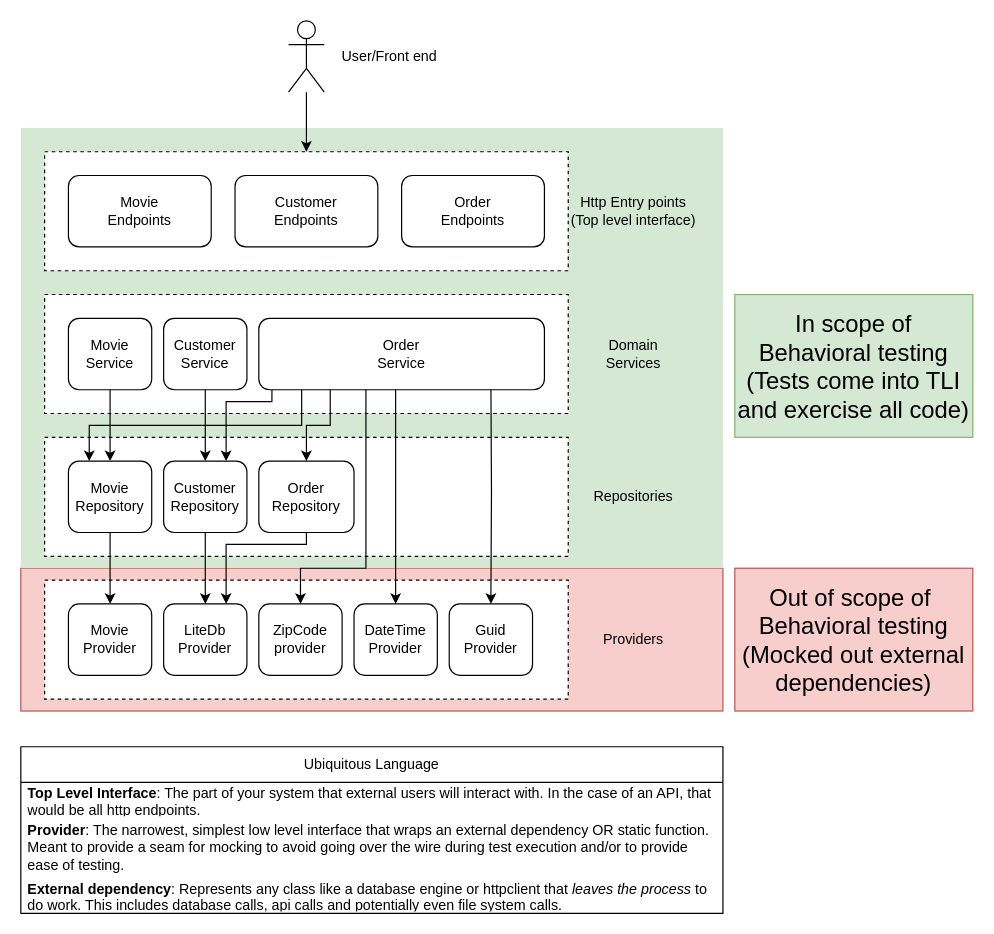
Earlier version of the draw.io diagram SimpleOrderingSystemArchitecture.drawio (Jose-A-ProfessorFrink/BehavioralTesting). Source tidied: cells renumbered, new cells numbered last; positions are measured from the earlier drawing's top-left corner, leaving out a move shared by most shapes. Both pictures are drawn from the tidied source at 119%, with x=0, y=0 at pixel (20, 20).
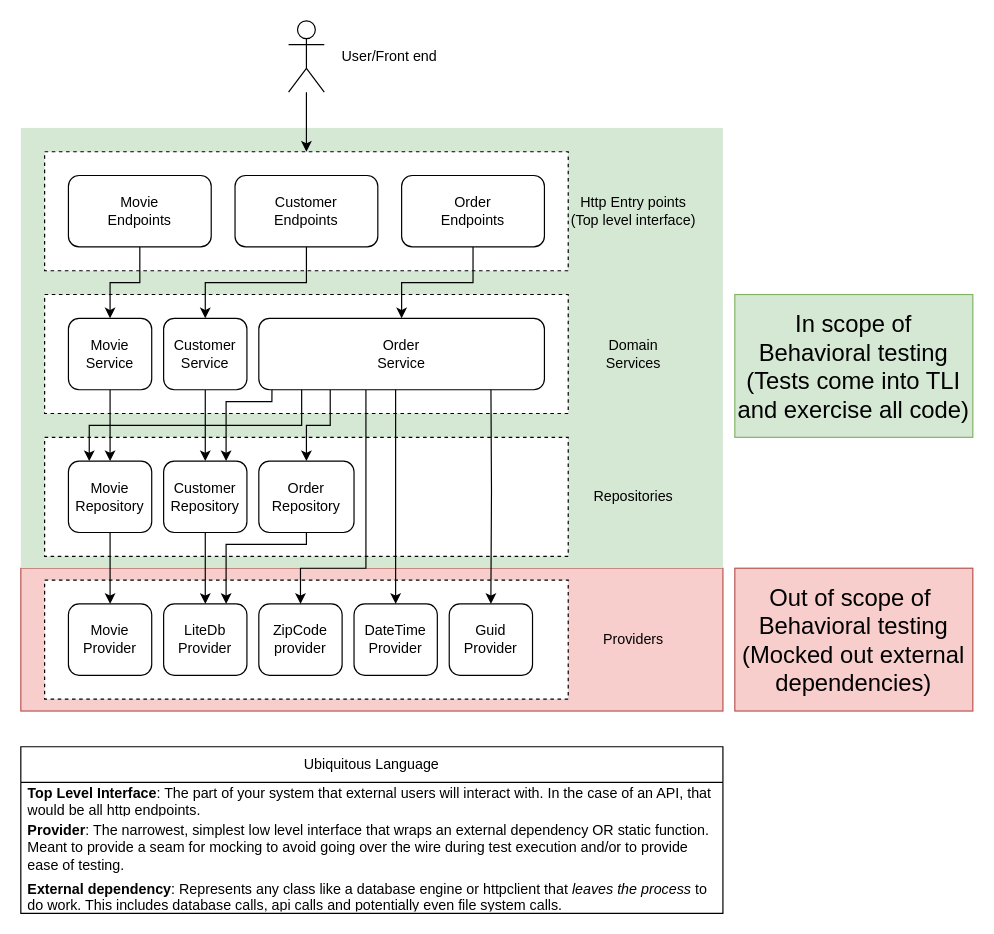
Above is the later version.

Unchanged cells that the change refers to:
```xml
<mxCell id="8" value="Customer&lt;br&gt;Endpoints" style="rounded=1;whiteSpace=wrap;html=1;" parent="1" vertex="1">
  <mxGeometry x="180" y="130" width="120" height="60" as="geometry" />
</mxCell>
<mxCell id="9" value="Movie&lt;br&gt;Endpoints" style="rounded=1;whiteSpace=wrap;html=1;" parent="1" vertex="1">
  <mxGeometry x="40" y="130" width="120" height="60" as="geometry" />
</mxCell>
<mxCell id="10" value="Order&lt;br&gt;Endpoints" style="rounded=1;whiteSpace=wrap;html=1;" parent="1" vertex="1">
  <mxGeometry x="320" y="130" width="120" height="60" as="geometry" />
</mxCell>
<mxCell id="15" value="Customer&lt;br&gt;Service" style="rounded=1;whiteSpace=wrap;html=1;" parent="1" vertex="1">
  <mxGeometry x="120" y="250" width="70" height="60" as="geometry" />
</mxCell>
<mxCell id="17" value="Movie &lt;br&gt;Service" style="rounded=1;whiteSpace=wrap;html=1;" parent="1" vertex="1">
  <mxGeometry x="40" y="250" width="70" height="60" as="geometry" />
</mxCell>
<mxCell id="22" value="Order&lt;br&gt;Service" style="rounded=1;whiteSpace=wrap;html=1;" parent="1" vertex="1">
  <mxGeometry x="200" y="250" width="240" height="60" as="geometry" />
</mxCell>
```

Diff of the diagram source:
```diff
@@
+    <mxCell id="46" style="edgeStyle=orthogonalEdgeStyle;rounded=0;jettySize=auto;html=1;entryX=0.5;entryY=0;entryDx=0;entryDy=0;" parent="1" edge="1" source="8" target="15">
+      <mxGeometry relative="1" as="geometry" />
+    </mxCell>
@@
+    <mxCell id="47" style="edgeStyle=orthogonalEdgeStyle;rounded=0;jettySize=auto;html=1;" parent="1" edge="1" source="9" target="17">
+      <mxGeometry relative="1" as="geometry" />
+    </mxCell>
@@
+    <mxCell id="48" style="edgeStyle=orthogonalEdgeStyle;rounded=0;jettySize=auto;html=1;" parent="1" edge="1" source="10" target="22">
+      <mxGeometry relative="1" as="geometry" />
+    </mxCell>
```
